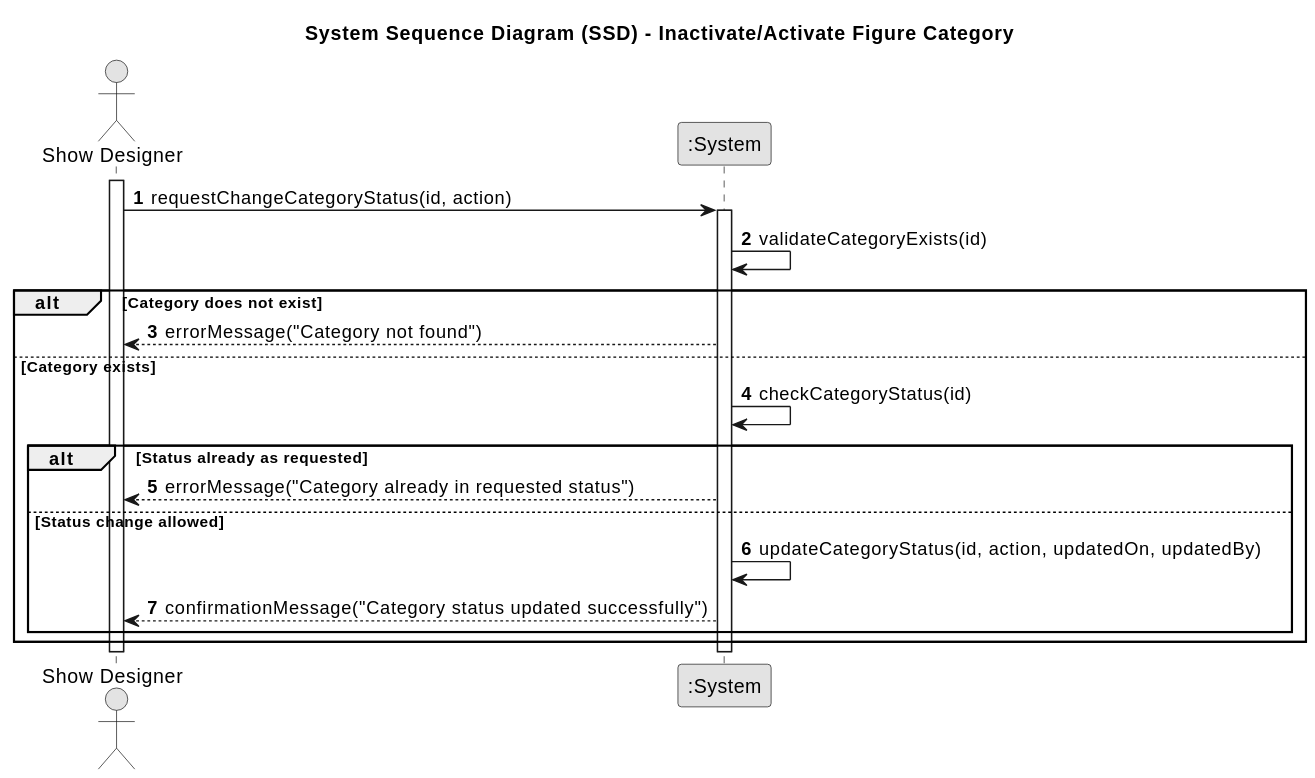
SAEmanuel/Shodrone_ISEP keeps this PlantUML diagram as docs/planning/sprint2/EAPLI/US248 - InactivateActivate figure category/01.requirements-engineering/svg/us248-system-sequence-diagram.svg. Above is the earlier version. Its diagram source:
```plantuml
@startuml
skinparam monochrome true
skinparam packageStyle rectangle
skinparam shadowing false

title System Sequence Diagram (SSD) - Inactivate/Activate Figure Category

autonumber

actor "Show Designer" as SD
participant ":System" as System

activate SD

SD -> System: requestChangeCategoryStatus(id, action)
activate System

System -> System: validateCategoryExists(id)
alt Category does not exist
    System --> SD: errorMessage("Category not found")
else Category exists
    System -> System: checkCategoryStatus(id)
    alt Status already as requested
        System --> SD: errorMessage("Category already in requested status")
    else Status change allowed
        System -> System: updateCategoryStatus(id, action, updatedOn, updatedBy)
        System --> SD: confirmationMessage("Category status updated successfully")
    end
end

deactivate System
deactivate SD
@enduml
```
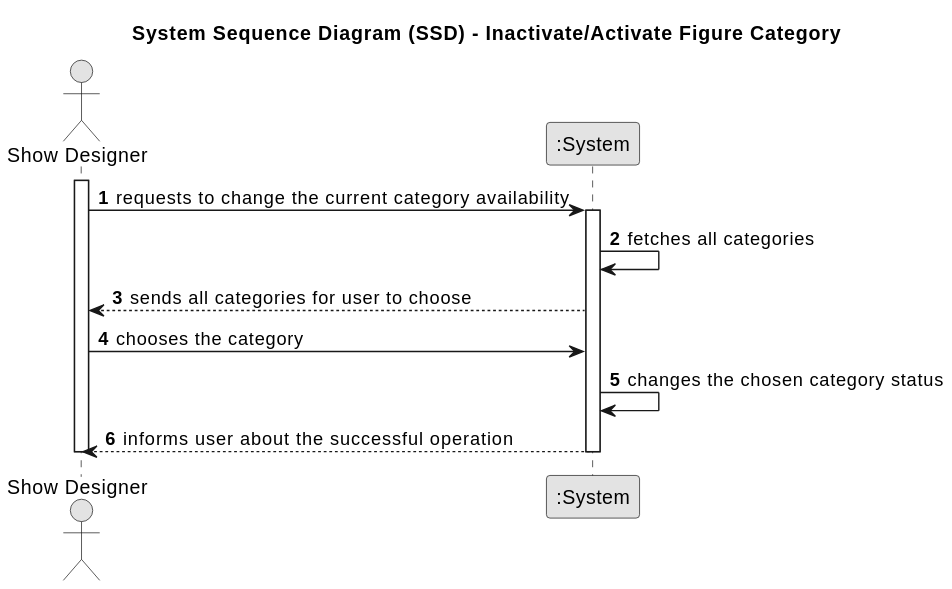
Above is the later version.

The edit, as a diff of the source:
```diff
@@ -12,21 +12,16 @@
 
 activate SD
 
-SD -> System: requestChangeCategoryStatus(id, action)
+SD -> System: requests to change the current category availability
 activate System
+System -> System: fetches all categories
+System --> SD: sends all categories for user to choose
 
-System -> System: validateCategoryExists(id)
-alt Category does not exist
-    System --> SD: errorMessage("Category not found")
-else Category exists
-    System -> System: checkCategoryStatus(id)
-    alt Status already as requested
-        System --> SD: errorMessage("Category already in requested status")
-    else Status change allowed
-        System -> System: updateCategoryStatus(id, action, updatedOn, updatedBy)
-        System --> SD: confirmationMessage("Category status updated successfully")
-    end
-end
+SD -> System: chooses the category
+System -> System: changes the chosen category status
+
+System --> SD: informs user about the successful operation
+
 
 deactivate System
 deactivate SD
```
